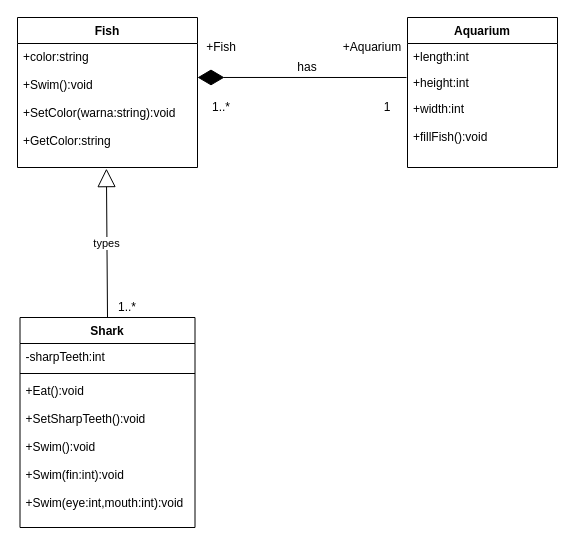
AimieHariz/Week2ClassDiagram keeps this draw.io diagram as Exercise1ClassDiagram.drawio. Above is the earlier version. Source tidied: cells renumbered, new cells numbered last; positions are measured from the earlier drawing's top-left corner, leaving out a move shared by most shapes. Both pictures are drawn from the tidied source at 100%, with x=0, y=0 at pixel (17, 17).
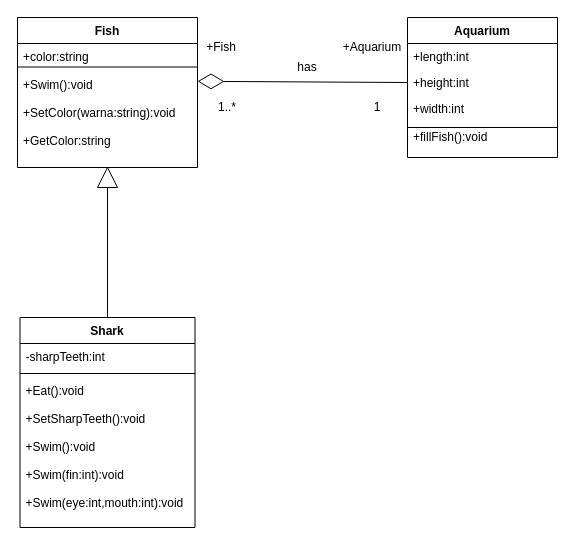
The same diagram, later.

Unchanged cells that the change refers to:
```xml
<mxCell id="2" value="Fish" style="swimlane;fontStyle=1;align=center;verticalAlign=top;horizontal=1;startSize=26;" parent="1" vertex="1">
  <mxGeometry width="180" height="150" as="geometry" />
</mxCell>
<mxCell id="3" value="+color:string&#10;&#10;+Swim():void&#10;&#10;+SetColor(warna:string):void&#10;&#10;+GetColor:string" style="text;strokeColor=none;fillColor=none;align=left;verticalAlign=top;spacingLeft=4;spacingRight=4;overflow=hidden;points=[[0,0.5],[1,0.5]];portConstraint=eastwest;" parent="2" vertex="1">
  <mxGeometry y="26" width="180" height="124" as="geometry" />
</mxCell>
<mxCell id="4" value="Shark" style="swimlane;fontStyle=1;align=center;verticalAlign=top;horizontal=1;startSize=26;" parent="1" vertex="1">
  <mxGeometry x="2.5" y="300" width="175" height="210" as="geometry" />
</mxCell>
<mxCell id="12" value="+height:int" style="text;strokeColor=none;fillColor=none;align=left;verticalAlign=top;spacingLeft=4;spacingRight=4;overflow=hidden;points=[[0,0.5],[1,0.5]];portConstraint=eastwest;" parent="10" vertex="1">
  <mxGeometry y="52" width="150" height="26" as="geometry" />
</mxCell>
```

What changed in the source:
```diff
@@
+    <mxCell id="20" style="endArrow=none;html=1;" parent="2" edge="1">
+      <mxGeometry relative="1" as="geometry">
+        <mxPoint y="49.5" as="sourcePoint" />
+        <mxPoint x="180" y="49.5" as="targetPoint" />
+      </mxGeometry>
+    </mxCell>
@@
-    <mxCell id="8" value="types" style="endArrow=block;endSize=16;endFill=0;html=1;entryX=0.494;entryY=1.009;entryDx=0;entryDy=0;entryPerimeter=0;exitX=0.5;exitY=0;exitDx=0;exitDy=0;" parent="1" edge="1" source="4" target="3">
-      <mxGeometry relative="1" as="geometry" />
-    </mxCell>
-    <mxCell id="9" value="1..*" style="text;html=1;strokeColor=none;fillColor=none;align=center;verticalAlign=middle;whiteSpace=wrap;rounded=0;" parent="1" vertex="1">
-      <mxGeometry x="90" y="280" width="40" height="20" as="geometry" />
-    </mxCell>
     <mxCell id="10" value="Aquarium" style="swimlane;fontStyle=1;horizontal=1;startSize=26;fillColor=none;" parent="1" vertex="1">
-      <mxGeometry x="390" width="150" height="150" as="geometry" />
+      <mxGeometry x="390" width="150" height="140" as="geometry" />
     </mxCell>
@@
+    <mxCell id="21" style="endArrow=none;html=1;" parent="10" edge="1">
+      <mxGeometry relative="1" as="geometry">
+        <mxPoint y="110" as="sourcePoint" />
+        <mxPoint x="150" y="110" as="targetPoint" />
+      </mxGeometry>
+    </mxCell>
     <mxCell id="13" value="+width:int&#10;&#10;+fillFish():void&#10;&#10;" style="text;strokeColor=none;fillColor=none;align=left;verticalAlign=top;spacingLeft=4;spacingRight=4;overflow=hidden;" parent="10" vertex="1">
-      <mxGeometry y="78" width="150" height="72" as="geometry" />
+      <mxGeometry y="78" width="150" height="62" as="geometry" />
     </mxCell>
-    <mxCell id="14" style="endArrow=diamondThin;endFill=1;endSize=24;html=1;entryX=1;entryY=0.274;entryDx=0;entryDy=0;entryPerimeter=0;" parent="1" edge="1" target="3">
-      <mxGeometry relative="1" as="geometry">
-        <mxPoint x="389" y="60" as="sourcePoint" />
-      </mxGeometry>
-    </mxCell>
@@
     <mxCell id="18" value="1..*" style="text;html=1;strokeColor=none;fillColor=none;align=center;verticalAlign=middle;whiteSpace=wrap;rounded=0;" parent="1" vertex="1">
-      <mxGeometry x="184" y="80" width="40" height="20" as="geometry" />
+      <mxGeometry x="190" y="80" width="40" height="20" as="geometry" />
     </mxCell>
     <mxCell id="19" value="1" style="text;html=1;strokeColor=none;fillColor=none;align=center;verticalAlign=middle;whiteSpace=wrap;rounded=0;" parent="1" vertex="1">
-      <mxGeometry x="350" y="80" width="40" height="20" as="geometry" />
+      <mxGeometry x="340" y="80" width="40" height="20" as="geometry" />
     </mxCell>
+    <mxCell id="22" style="endArrow=diamondThin;endFill=0;endSize=24;html=1;entryX=1;entryY=0.305;entryDx=0;entryDy=0;entryPerimeter=0;exitX=0;exitY=0.5;exitDx=0;exitDy=0;" parent="1" edge="1" source="12" target="3">
+      <mxGeometry relative="1" as="geometry" />
+    </mxCell>
+    <mxCell id="23" style="endArrow=none;html=1;rounded=0;exitX=0.5;exitY=0;exitDx=0;exitDy=0;" parent="1" edge="1" source="4">
+      <mxGeometry relative="1" as="geometry">
+        <mxPoint x="90" y="170" as="targetPoint" />
+      </mxGeometry>
+    </mxCell>
+    <mxCell id="24" style="triangle;whiteSpace=wrap;html=1;direction=south;rotation=-180;" parent="1" vertex="1">
+      <mxGeometry x="80" y="150" width="20" height="20" as="geometry" />
+    </mxCell>
```
